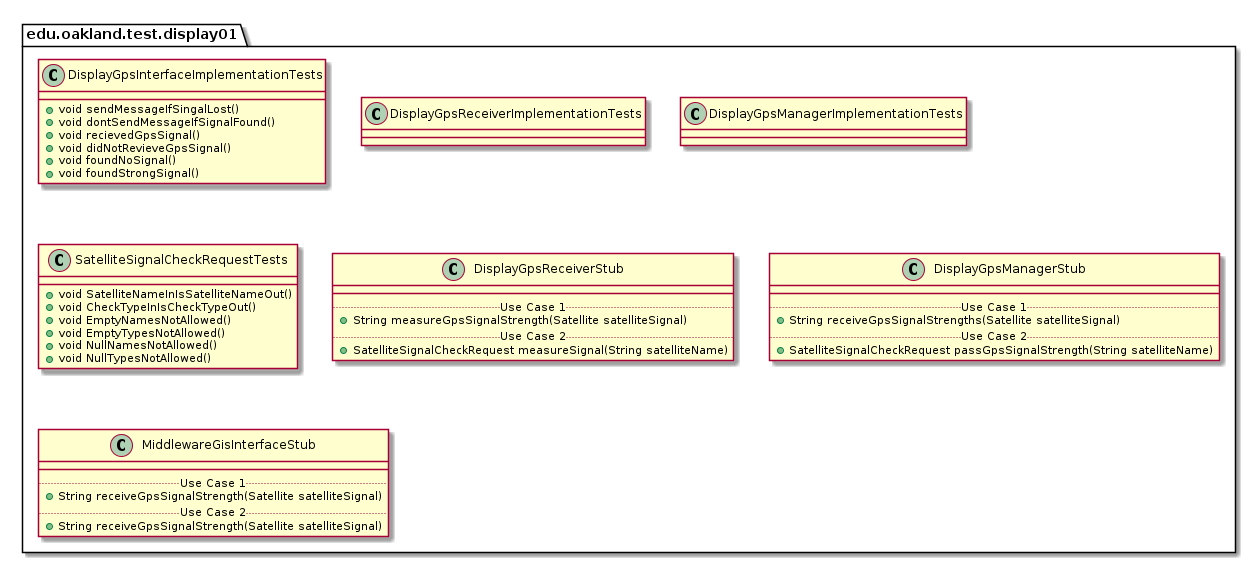
Before: docs/uml-class-diagrams/display01/test/Display01TestPackage.png, a diagram exported from PlantUML (andrewdimmer/csi-3370-software-project).
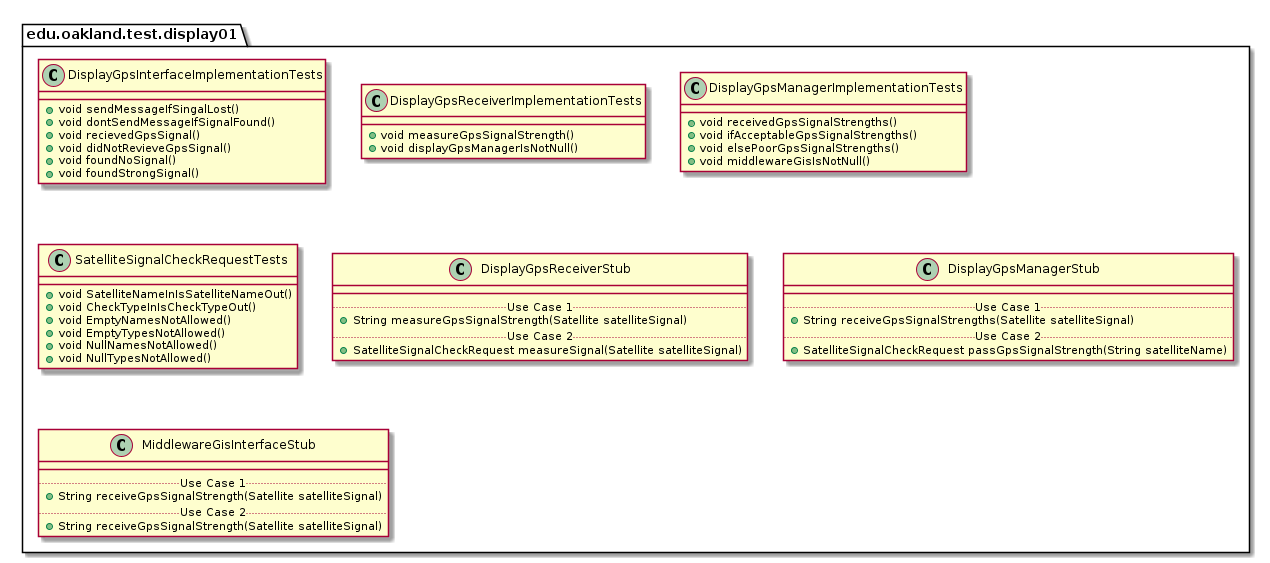
The same diagram one commit later.

The edit, as a diff of the source:
```diff
@@ -19,14 +19,18 @@
 
 package edu.oakland.test.display01 {
     class DisplayGpsReceiverImplementationTests {
-
+        + void measureGpsSignalStrength()
+        + void displayGpsManagerIsNotNull()
     }
 }
 
 
 package edu.oakland.test.display01 {
     class DisplayGpsManagerImplementationTests {
-
+        + void receivedGpsSignalStrengths()
+        + void ifAcceptableGpsSignalStrengths()
+        + void elsePoorGpsSignalStrengths()
+        + void middlewareGisIsNotNull()
     }
 }
 
@@ -49,7 +53,7 @@
         .. Use Case 1 ..
         + String measureGpsSignalStrength(Satellite satelliteSignal)
         .. Use Case 2 ..
-        + SatelliteSignalCheckRequest measureSignal(String satelliteName)
+        + SatelliteSignalCheckRequest measureSignal(Satellite satelliteSignal)
     }
 }
 
```
